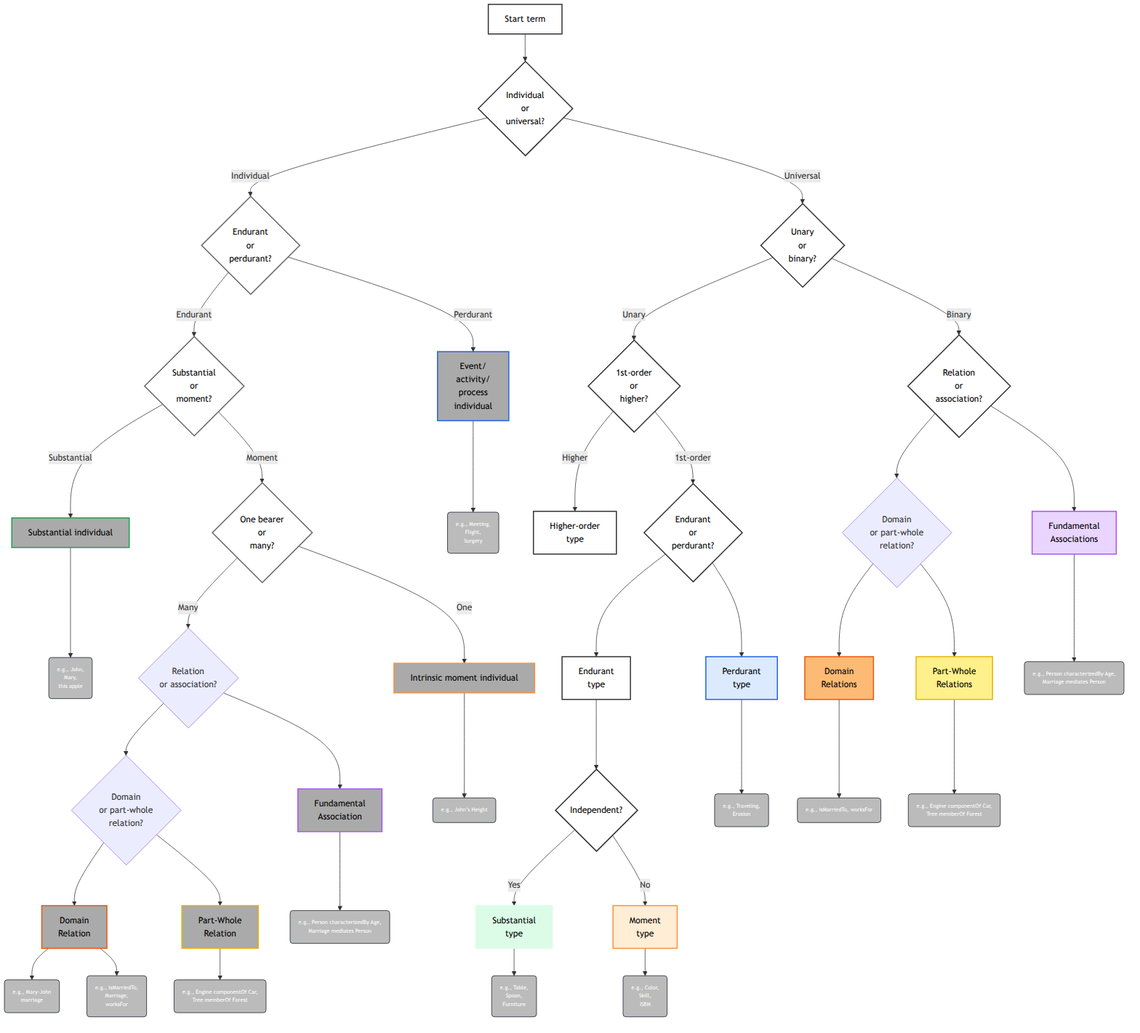
The Mermaid diagram 01-Start.png in spdrnl/UFO-Modeling-Decision-Tree, before a commit. Its source is kept beside it as 01-Start.mermaid. Source of this version:
```mermaid
flowchart TD
    A[Start term] --> B{Individual \nor \nuniversal?}

    B -->|Individual| I0{Endurant \nor \nperdurant?}
    B -->|Universal| T0{Unary \nor \nbinary?}

    I0 -->|Endurant| IE{Substantial \nor \nmoment?}
    I0 -->|Perdurant| IP[Event/\nactivity/\nprocess \nindividual]

    IE -->|Substantial| IES[Substantial individual]
    IE -->|Moment| IEM{One bearer \nor \nmany?}

    IEM -->|Many| ROA{"Relation \nor association?"}
    IEM -->|One| IIM[Intrinsic moment individual]
    ROA --> DOPR{"Domain \nor part-whole \nrelation?"}
    ROA --> FA["Fundamental \nAssociation"]

    DOPR --> DR[Domain \nRelation]
    DOPR --> PW[Part-Whole \nRelation]

    T0 -->|Unary| U0{1st-order \nor \nhigher?}
    T0 -->|Binary| R0{"Relation\nor\nassociation?"}

    R0 --> TR1{"Domain \nor part-whole \nrelation?"}
    TR1 --> TDR[Domain \nRelations]
    TR1 --> TPW[Part-Whole \nRelations]
    R0 --> TFA[Fundamental \nAssociations]

    TDR --> TDR_ex("e.g., isMarriedTo, worksFor"):::example
    TPW --> TPW_ex("e.g., Engine componentOf Car, \nTree memberOf Forest"):::example
    TFA --> TFA_ex("e.g., Person characterizedBy Age, \nMarriage mediates Person"):::example

    U0 -->|Higher| UH[Higher-order \ntype]
    U0 -->|1st-order| U1{Endurant \nor \nperdurant?}

    U1 --> E0[Endurant \ntype]
    U1 --> P0[Perdurant \ntype]

    E0 --> E1{Independent?}
    E1 -->|Yes| S0[Substantial \ntype]
    E1 -->|No| M0[Moment \ntype]

    IP_ex("e.g., Meeting,\nFlight,\nSurgery"):::example
    IP --> IP_ex

    IES_ex("e.g., John,\nMary,\nthis apple"):::example
    IES --> IES_ex

    IIM_ex("e.g., John’s Height"):::example
    IIM --> IIM_ex

    IRL_ex("e.g., Mary-John\nmarriage"):::example
    DR --> IRL_ex

    P0_ex("e.g., Traveling,\nErosion"):::example
    P0 --> P0_ex

    DR_ex("e.g., isMarriedTo,\nMarriage,\nworksFor"):::example
    DR --> DR_ex

    PW_ex("e.g., Engine componentOf Car, \nTree memberOf Forest"):::example
    PW --> PW_ex

    FA_ex("e.g., Person characterizedBy Age, \nMarriage mediates Person"):::example
    FA --> FA_ex

    S0_ex("e.g., Table,\nSpoon,\nFurniture"):::example
    S0 --> S0_ex

    M0_ex("e.g., Color,\nSkill,\nISBN"):::example
    M0 --> M0_ex

    classDef example fill:#BBBBBB,stroke:#111827,stroke-width:1px,color:#fff,font-size:10px;
    classDef generic fill:#ffffff,stroke:#333,stroke-width:2px,color:#000;
    classDef perdurant fill:#dbeafe,stroke:#2563eb,stroke-width:2px,color:#000;
    classDef substantial fill:#dcfce7,stroke:#dcfce7,stroke-width:2px,color:#000;
    classDef intrinsic fill:#ffedd5,stroke:#fb923c,stroke-width:2px,color:#000;
    classDef relator fill:#fdba74,stroke:#ea580c,stroke-width:2px,color:#000;
    classDef meronymic fill:#fef08a,stroke:#eab308,stroke-width:2px,color:#000;
    classDef fundamental fill:#e9d5ff,stroke:#a855f7,stroke-width:2px,color:#000;

    classDef indivGeneric fill:#ffffff,stroke:#666,stroke-width:2px,color:#000;
    classDef indivPerdurant fill:#aaaaaa,stroke:#2563eb,stroke-width:2px,color:#000;
    classDef indivSubstantial fill:#aaaaaa,stroke:#16a34a,stroke-width:2px,color:#000;
    classDef indivIntrinsic fill:#aaaaaa,stroke:#fb923c,stroke-width:2px,color:#000;
    classDef indivRelator fill:#aaaaaa,stroke:#ea580c,stroke-width:2px,color:#000;
    classDef indivMeronymic fill:#aaaaaa,stroke:#eab308,stroke-width:2px,color:#000;
    classDef indivFundamental fill:#aaaaaa,stroke:#a855f7,stroke-width:2px,color:#000;

    class I0,IE,IEM indivGeneric;
    class IP indivPerdurant;
    class IES indivSubstantial;
    class IIM indivIntrinsic;
    class DR indivRelator;
    class PW indivMeronymic;
    class FA indivFundamental;
    class TFA fundamental;
    class TPW meronymic;
    class TDR relator;

    class A,B,T0,U0,U1,UH,E0,E1,R0 generic;

    class P0 perdurant;
    class S0 substantial;
    class M0 intrinsic;
```
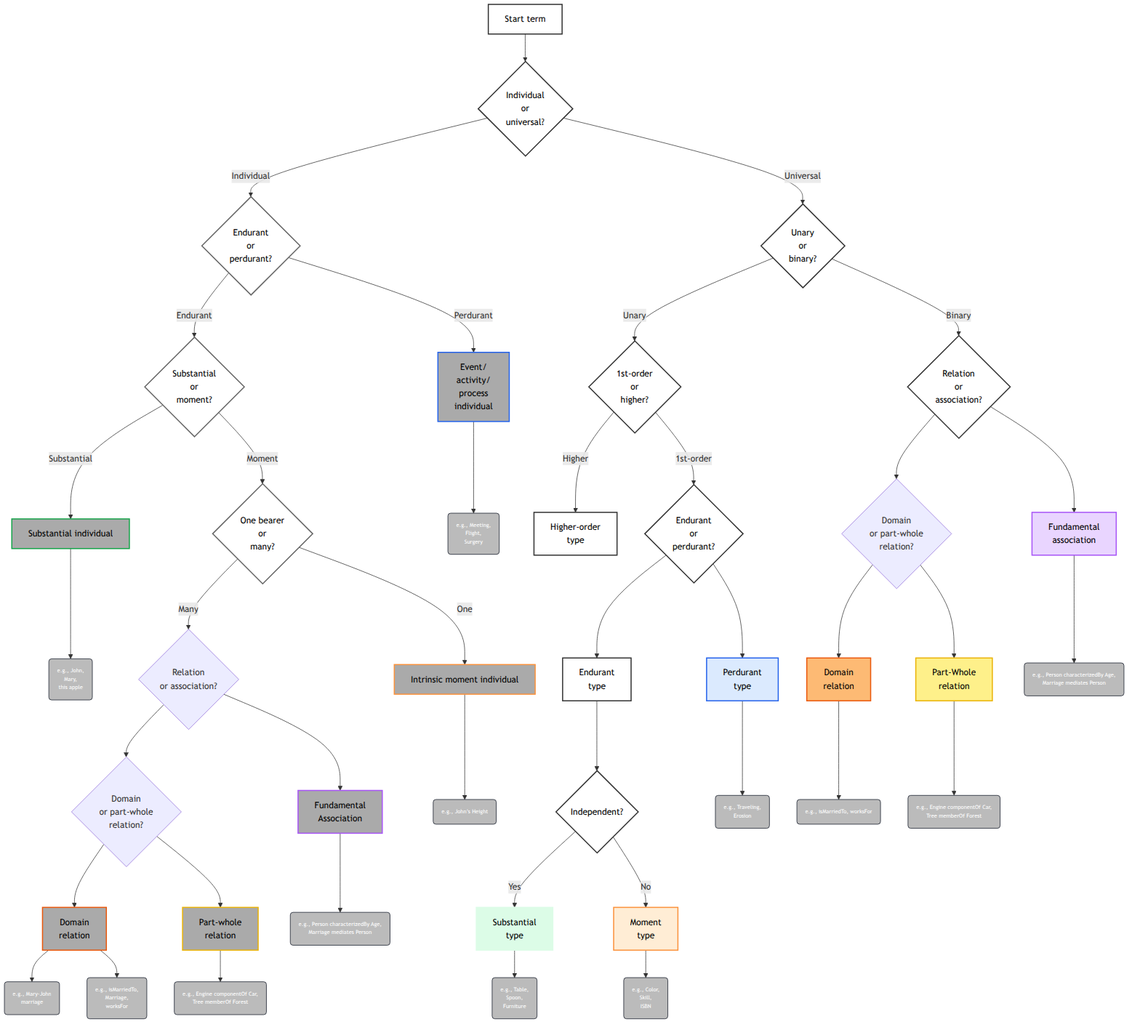
After the change.

The edit, as a diff of the source:
```diff
@@ -15,16 +15,16 @@
     ROA --> DOPR{"Domain \nor part-whole \nrelation?"}
     ROA --> FA["Fundamental \nAssociation"]
 
-    DOPR --> DR[Domain \nRelation]
-    DOPR --> PW[Part-Whole \nRelation]
+    DOPR --> DR[Domain \nrelation]
+    DOPR --> PW[Part-whole \nrelation]
 
     T0 -->|Unary| U0{1st-order \nor \nhigher?}
     T0 -->|Binary| R0{"Relation\nor\nassociation?"}
 
     R0 --> TR1{"Domain \nor part-whole \nrelation?"}
-    TR1 --> TDR[Domain \nRelations]
-    TR1 --> TPW[Part-Whole \nRelations]
-    R0 --> TFA[Fundamental \nAssociations]
+    TR1 --> TDR[Domain \nrelation]
+    TR1 --> TPW[Part-Whole \nrelation]
+    R0 --> TFA[Fundamental \nassociation]
 
     TDR --> TDR_ex("e.g., isMarriedTo, worksFor"):::example
     TPW --> TPW_ex("e.g., Engine componentOf Car, \nTree memberOf Forest"):::example
```
